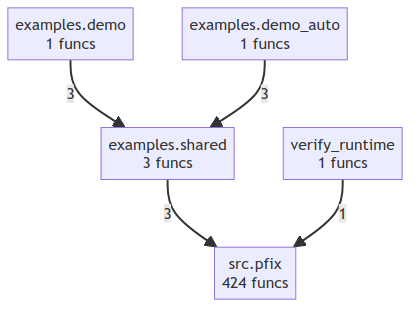
Above: project/compact_flow.png in semcod/pfix (Mermaid), before the change. Its source is kept beside it as project/compact_flow.mmd.
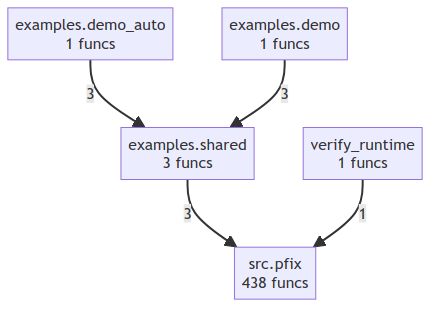
The same diagram one commit later.

Change to the diagram source:
```diff
@@ -2,9 +2,9 @@
     examples__demo["examples.demo<br/>1 funcs"]
     examples__demo_auto["examples.demo_auto<br/>1 funcs"]
     examples__shared["examples.shared<br/>3 funcs"]
-    src__pfix["src.pfix<br/>424 funcs"]
+    src__pfix["src.pfix<br/>438 funcs"]
     verify_runtime["verify_runtime<br/>1 funcs"]
+    examples__demo_auto -->|3| examples__shared
+    examples__shared -->|3| src__pfix
     examples__demo -->|3| examples__shared
-    examples__shared -->|3| src__pfix
-    examples__demo_auto -->|3| examples__shared
     verify_runtime -->|1| src__pfix
```
